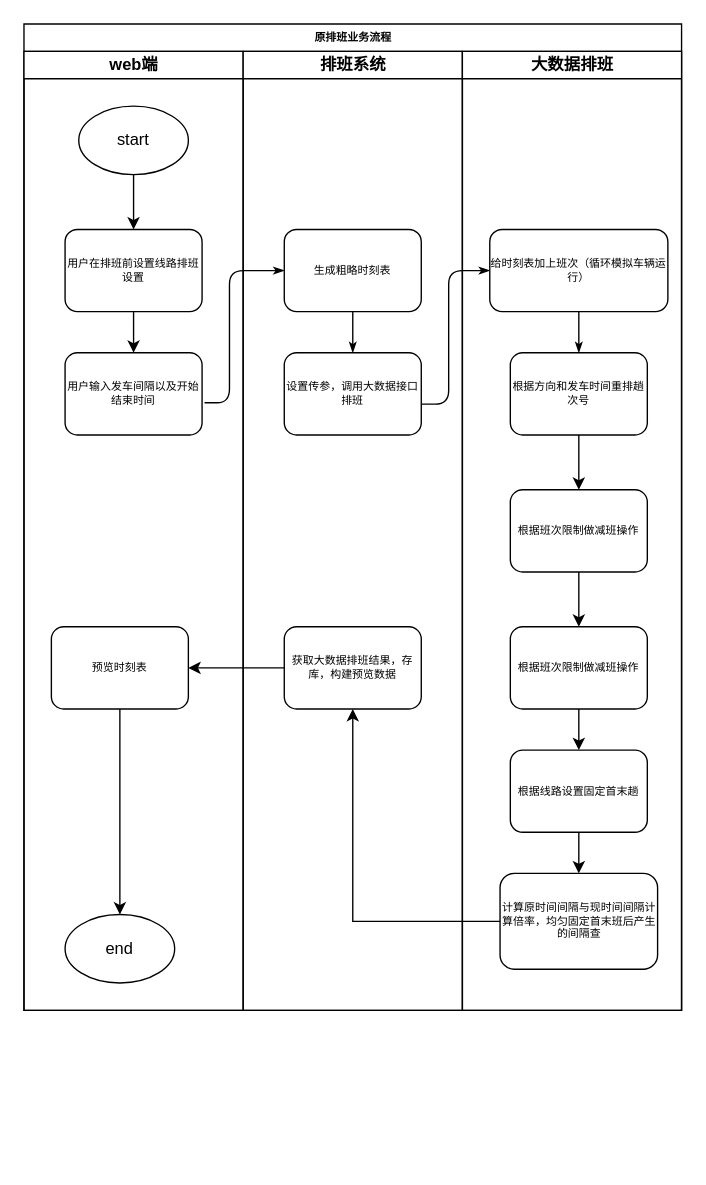
Before: 未命名绘图.drawio in alwayChina/draw, a draw.io diagram. Source tidied: cells renumbered, new cells numbered last; positions are measured from the earlier drawing's top-left corner, leaving out a move shared by most shapes. Both pictures are drawn from the tidied source at 137%, with x=0, y=0 at pixel (23, 23).
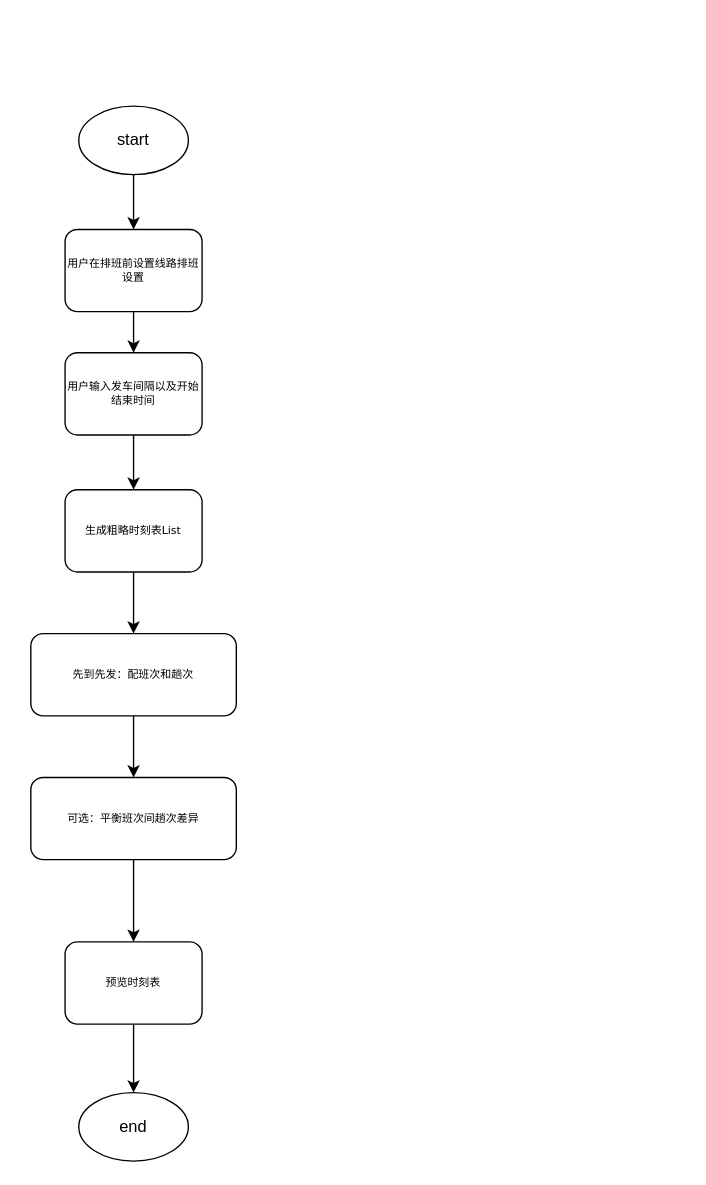
The same page after the edit.

Commit message:
更新未命名绘图.drawio

Change to the diagram source:
```diff
@@
-    <mxCell id="2" value="原排班业务流程" style="swimlane;html=1;startSize=20;rounded=0;shadow=0;labelBackgroundColor=none;strokeWidth=1;fontFamily=Verdana;fontSize=8;align=center;" parent="1" vertex="1">
-      <mxGeometry width="480" height="720" as="geometry" />
-    </mxCell>
-    <mxCell id="3" style="edgeStyle=orthogonalEdgeStyle;rounded=1;html=1;labelBackgroundColor=none;startArrow=none;startFill=0;startSize=5;endArrow=classicThin;endFill=1;endSize=5;jettySize=auto;strokeWidth=1;fontFamily=Verdana;fontSize=8;exitX=1.018;exitY=0.608;exitDx=0;exitDy=0;exitPerimeter=0;entryX=0;entryY=0.5;entryDx=0;entryDy=0;" parent="2" edge="1" source="11" target="15">
-      <mxGeometry relative="1" as="geometry">
-        <Array as="points">
-          <mxPoint x="150" y="276" />
-          <mxPoint x="150" y="180" />
-        </Array>
-      </mxGeometry>
-    </mxCell>
-    <mxCell id="4" style="edgeStyle=orthogonalEdgeStyle;rounded=1;html=1;labelBackgroundColor=none;startArrow=none;startFill=0;startSize=5;endArrow=classicThin;endFill=1;endSize=5;jettySize=auto;strokeWidth=1;fontFamily=Verdana;fontSize=8;exitX=1.004;exitY=0.625;exitDx=0;exitDy=0;exitPerimeter=0;entryX=0;entryY=0.5;entryDx=0;entryDy=0;" parent="2" edge="1" source="16" target="22">
-      <mxGeometry relative="1" as="geometry">
-        <Array as="points">
-          <mxPoint x="310" y="278" />
-          <mxPoint x="310" y="180" />
-        </Array>
-      </mxGeometry>
-    </mxCell>
-    <mxCell id="5" value="web端" style="swimlane;html=1;startSize=20;" parent="2" vertex="1">
-      <mxGeometry y="20" width="160" height="700" as="geometry" />
-    </mxCell>
-    <mxCell id="6" style="edgeStyle=orthogonalEdgeStyle;rounded=0;jettySize=auto;html=1;" parent="5" edge="1" source="7" target="10">
+    <mxCell id="6" style="edgeStyle=orthogonalEdgeStyle;rounded=0;jettySize=auto;html=1;" parent="1" edge="1" source="7" target="10">
       <mxGeometry relative="1" as="geometry" />
     </mxCell>
-    <mxCell id="7" value="start" style="ellipse;whiteSpace=wrap;html=1;" parent="5" vertex="1">
-      <mxGeometry x="40" y="40" width="80" height="50" as="geometry" />
+    <mxCell id="7" value="start" style="ellipse;whiteSpace=wrap;html=1;" parent="1" vertex="1">
+      <mxGeometry x="40" y="60" width="80" height="50" as="geometry" />
     </mxCell>
-    <mxCell id="8" value="end" style="ellipse;whiteSpace=wrap;html=1;" parent="5" vertex="1">
-      <mxGeometry x="30" y="630" width="80" height="50" as="geometry" />
+    <mxCell id="8" value="end" style="ellipse;whiteSpace=wrap;html=1;" parent="1" vertex="1">
+      <mxGeometry x="40" y="780" width="80" height="50" as="geometry" />
     </mxCell>
-    <mxCell id="9" style="edgeStyle=orthogonalEdgeStyle;rounded=0;jettySize=auto;html=1;" parent="5" edge="1" source="10" target="11">
+    <mxCell id="9" style="edgeStyle=orthogonalEdgeStyle;rounded=0;jettySize=auto;html=1;" parent="1" edge="1" source="10" target="11">
       <mxGeometry relative="1" as="geometry" />
     </mxCell>
-    <mxCell id="10" value="用户在排班前设置线路排班设置" style="rounded=1;whiteSpace=wrap;html=1;shadow=0;labelBackgroundColor=none;strokeWidth=1;fontFamily=Verdana;fontSize=8;align=center;" parent="5" vertex="1">
-      <mxGeometry x="30" y="130" width="100" height="60" as="geometry" />
+    <mxCell id="10" value="用户在排班前设置线路排班设置" style="rounded=1;whiteSpace=wrap;html=1;shadow=0;labelBackgroundColor=none;strokeWidth=1;fontFamily=Verdana;fontSize=8;align=center;" parent="1" vertex="1">
+      <mxGeometry x="30" y="150" width="100" height="60" as="geometry" />
     </mxCell>
+    <mxCell id="33" style="edgeStyle=orthogonalEdgeStyle;rounded=0;jettySize=auto;html=1;" parent="1" edge="1" source="11" target="35">
+      <mxGeometry relative="1" as="geometry" />
+    </mxCell>
-    <mxCell id="11" value="用户输入发车间隔以及开始结束时间" style="rounded=1;whiteSpace=wrap;html=1;shadow=0;labelBackgroundColor=none;strokeWidth=1;fontFamily=Verdana;fontSize=8;align=center;" parent="5" vertex="1">
-      <mxGeometry x="30" y="220" width="100" height="60" as="geometry" />
+    <mxCell id="11" value="用户输入发车间隔以及开始结束时间" style="rounded=1;whiteSpace=wrap;html=1;shadow=0;labelBackgroundColor=none;strokeWidth=1;fontFamily=Verdana;fontSize=8;align=center;" parent="1" vertex="1">
+      <mxGeometry x="30" y="240" width="100" height="60" as="geometry" />
     </mxCell>
-    <mxCell id="12" style="edgeStyle=orthogonalEdgeStyle;rounded=0;jettySize=auto;html=1;" parent="5" edge="1" source="13" target="8">
+    <mxCell id="12" style="edgeStyle=orthogonalEdgeStyle;rounded=0;jettySize=auto;html=1;" parent="1" edge="1" source="13" target="8">
       <mxGeometry relative="1" as="geometry" />
     </mxCell>
-    <mxCell id="13" value="预览时刻表" style="rounded=1;whiteSpace=wrap;html=1;shadow=0;labelBackgroundColor=none;strokeWidth=1;fontFamily=Verdana;fontSize=8;align=center;" parent="5" vertex="1">
-      <mxGeometry x="20" y="420" width="100" height="60" as="geometry" />
+    <mxCell id="13" value="预览时刻表" style="rounded=1;whiteSpace=wrap;html=1;shadow=0;labelBackgroundColor=none;strokeWidth=1;fontFamily=Verdana;fontSize=8;align=center;" parent="1" vertex="1">
+      <mxGeometry x="30" y="670" width="100" height="60" as="geometry" />
     </mxCell>
-    <mxCell id="14" value="排班系统" style="swimlane;html=1;startSize=20;" parent="2" vertex="1">
-      <mxGeometry x="160" y="20" width="160" height="700" as="geometry" />
-    </mxCell>
-    <mxCell id="15" value="生成粗略时刻表" style="rounded=1;whiteSpace=wrap;html=1;shadow=0;labelBackgroundColor=none;strokeWidth=1;fontFamily=Verdana;fontSize=8;align=center;" parent="14" vertex="1">
-      <mxGeometry x="30" y="130" width="100" height="60" as="geometry" />
-    </mxCell>
-    <mxCell id="16" value="设置传参，调用大数据接口排班" style="rounded=1;whiteSpace=wrap;html=1;shadow=0;labelBackgroundColor=none;strokeWidth=1;fontFamily=Verdana;fontSize=8;align=center;" parent="14" vertex="1">
-      <mxGeometry x="30" y="220" width="100" height="60" as="geometry" />
-    </mxCell>
-    <mxCell id="17" style="edgeStyle=orthogonalEdgeStyle;rounded=1;html=1;labelBackgroundColor=none;startArrow=none;startFill=0;startSize=5;endArrow=classicThin;endFill=1;endSize=5;jettySize=auto;strokeWidth=1;fontFamily=Verdana;fontSize=8;entryX=0.5;entryY=0;entryDx=0;entryDy=0;" parent="14" edge="1" source="15" target="16">
-      <mxGeometry relative="1" as="geometry" />
-    </mxCell>
-    <mxCell id="18" value="获取大数据排班结果，存库，构建预览数据" style="rounded=1;whiteSpace=wrap;html=1;shadow=0;labelBackgroundColor=none;strokeWidth=1;fontFamily=Verdana;fontSize=8;align=center;" parent="14" vertex="1">
-      <mxGeometry x="30" y="420" width="100" height="60" as="geometry" />
-    </mxCell>
-    <mxCell id="19" value="大数据排班" style="swimlane;html=1;startSize=20;" parent="2" vertex="1">
-      <mxGeometry x="320" y="20" width="160" height="700" as="geometry" />
-    </mxCell>
-    <mxCell id="20" style="edgeStyle=orthogonalEdgeStyle;rounded=0;jettySize=auto;html=1;" parent="19" edge="1" source="21" target="25">
-      <mxGeometry relative="1" as="geometry" />
-    </mxCell>
-    <mxCell id="21" value="根据方向和发车时间重排趟次号" style="rounded=1;whiteSpace=wrap;html=1;shadow=0;labelBackgroundColor=none;strokeWidth=1;fontFamily=Verdana;fontSize=8;align=center;" parent="19" vertex="1">
-      <mxGeometry x="35" y="220" width="100" height="60" as="geometry" />
-    </mxCell>
-    <mxCell id="22" value="给时刻表加上班次（循环模拟车辆运行）" style="rounded=1;whiteSpace=wrap;html=1;shadow=0;labelBackgroundColor=none;strokeWidth=1;fontFamily=Verdana;fontSize=8;align=center;" parent="19" vertex="1">
-      <mxGeometry x="20" y="130" width="130" height="60" as="geometry" />
-    </mxCell>
-    <mxCell id="23" style="edgeStyle=orthogonalEdgeStyle;rounded=1;html=1;labelBackgroundColor=none;startArrow=none;startFill=0;startSize=5;endArrow=classicThin;endFill=1;endSize=5;jettySize=auto;strokeWidth=1;fontFamily=Verdana;fontSize=8;" parent="19" edge="1" source="22" target="21">
-      <mxGeometry relative="1" as="geometry" />
-    </mxCell>
-    <mxCell id="24" style="edgeStyle=orthogonalEdgeStyle;rounded=0;jettySize=auto;html=1;" parent="19" edge="1" source="25" target="27">
-      <mxGeometry relative="1" as="geometry" />
-    </mxCell>
-    <mxCell id="25" value="根据班次限制做减班操作" style="rounded=1;whiteSpace=wrap;html=1;shadow=0;labelBackgroundColor=none;strokeWidth=1;fontFamily=Verdana;fontSize=8;align=center;" parent="19" vertex="1">
-      <mxGeometry x="35" y="320" width="100" height="60" as="geometry" />
-    </mxCell>
-    <mxCell id="26" style="edgeStyle=orthogonalEdgeStyle;rounded=0;jettySize=auto;html=1;" parent="19" edge="1" source="27" target="29">
-      <mxGeometry relative="1" as="geometry" />
-    </mxCell>
-    <mxCell id="27" value="根据班次限制做减班操作" style="rounded=1;whiteSpace=wrap;html=1;shadow=0;labelBackgroundColor=none;strokeWidth=1;fontFamily=Verdana;fontSize=8;align=center;" parent="19" vertex="1">
-      <mxGeometry x="35" y="420" width="100" height="60" as="geometry" />
-    </mxCell>
-    <mxCell id="28" style="edgeStyle=orthogonalEdgeStyle;rounded=0;jettySize=auto;html=1;" parent="19" edge="1" source="29" target="30">
-      <mxGeometry relative="1" as="geometry" />
-    </mxCell>
-    <mxCell id="29" value="根据线路设置固定首末趟" style="rounded=1;whiteSpace=wrap;html=1;shadow=0;labelBackgroundColor=none;strokeWidth=1;fontFamily=Verdana;fontSize=8;align=center;" parent="19" vertex="1">
-      <mxGeometry x="35" y="510" width="100" height="60" as="geometry" />
-    </mxCell>
-    <mxCell id="30" value="计算原时间间隔与现时间间隔计算倍率，均匀固定首末班后产生的间隔查" style="rounded=1;whiteSpace=wrap;html=1;shadow=0;labelBackgroundColor=none;strokeWidth=1;fontFamily=Verdana;fontSize=8;align=center;" parent="19" vertex="1">
-      <mxGeometry x="27.5" y="600" width="115" height="70" as="geometry" />
-    </mxCell>
-    <mxCell id="31" style="edgeStyle=orthogonalEdgeStyle;rounded=0;jettySize=auto;html=1;" parent="2" edge="1" source="30" target="18">
-      <mxGeometry relative="1" as="geometry" />
-    </mxCell>
-    <mxCell id="32" style="edgeStyle=orthogonalEdgeStyle;rounded=0;jettySize=auto;html=1;" parent="2" edge="1" source="18" target="13">
-      <mxGeometry relative="1" as="geometry" />
-    </mxCell>
+    <mxCell id="34" style="edgeStyle=orthogonalEdgeStyle;rounded=0;jettySize=auto;html=1;" parent="1" edge="1" source="35" target="37">
+      <mxGeometry relative="1" as="geometry" />
+    </mxCell>
+    <mxCell id="35" value="生成粗略时刻表List" style="rounded=1;whiteSpace=wrap;html=1;shadow=0;labelBackgroundColor=none;strokeWidth=1;fontFamily=Verdana;fontSize=8;align=center;" parent="1" vertex="1">
+      <mxGeometry x="30" y="340" width="100" height="60" as="geometry" />
+    </mxCell>
+    <mxCell id="36" style="edgeStyle=orthogonalEdgeStyle;rounded=0;jettySize=auto;html=1;" parent="1" edge="1" source="37" target="39">
+      <mxGeometry relative="1" as="geometry" />
+    </mxCell>
+    <mxCell id="37" value="先到先发：配班次和趟次" style="whiteSpace=wrap;html=1;fontSize=8;fontFamily=Verdana;rounded=1;shadow=0;labelBackgroundColor=none;strokeWidth=1;" parent="1" vertex="1">
+      <mxGeometry x="5" y="445" width="150" height="60" as="geometry" />
+    </mxCell>
+    <mxCell id="38" style="edgeStyle=orthogonalEdgeStyle;rounded=0;jettySize=auto;html=1;" parent="1" edge="1" source="39" target="13">
+      <mxGeometry relative="1" as="geometry" />
+    </mxCell>
+    <mxCell id="39" value="可选：平衡班次间趟次差异" style="whiteSpace=wrap;html=1;fontSize=8;fontFamily=Verdana;rounded=1;shadow=0;labelBackgroundColor=none;strokeWidth=1;" parent="1" vertex="1">
+      <mxGeometry x="5" y="550" width="150" height="60" as="geometry" />
+    </mxCell>
```
